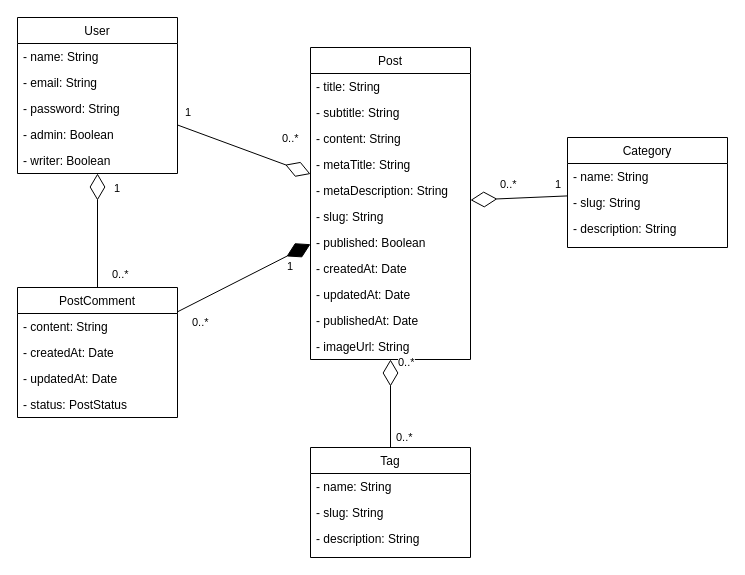
Above: class-diagram.drawio in gabrielluciano/personal-blog (draw.io), before the change. Source tidied: cells renumbered, new cells numbered last; positions are measured from the earlier drawing's top-left corner, leaving out a move shared by most shapes. Both pictures are drawn from the tidied source at 100%, with x=0, y=0 at pixel (17, 17).
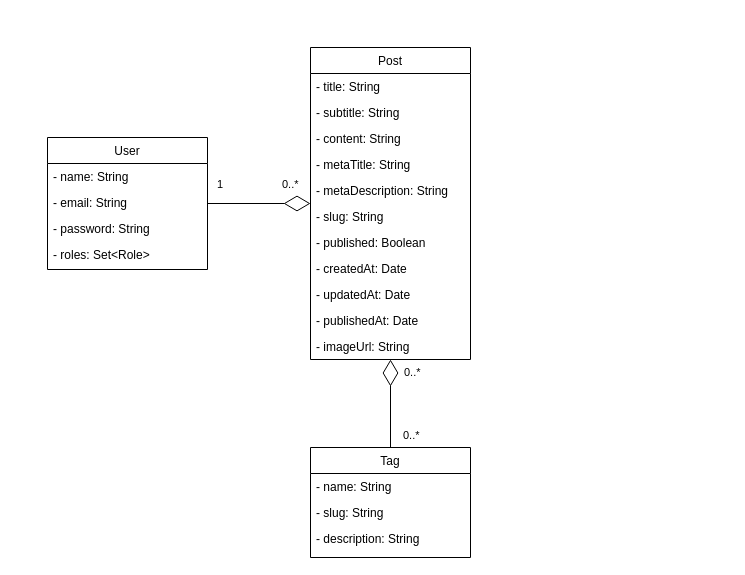
The same diagram, later.

Unchanged cells that the change refers to:
```xml
<mxCell id="2" value="Post" style="swimlane;fontStyle=0;align=center;verticalAlign=top;horizontal=1;startSize=26;rounded=0;shadow=0;strokeWidth=1;" parent="1" vertex="1">
  <mxGeometry x="293" y="30" width="160" height="312" as="geometry" />
</mxCell>
```

The edit, as a diff of the source:
```diff
@@
-    <mxCell id="14" value="PostComment" style="swimlane;fontStyle=0;align=center;verticalAlign=top;horizontal=1;startSize=26;rounded=0;shadow=0;strokeWidth=1;" parent="1" vertex="1">
-      <mxGeometry y="270" width="160" height="130" as="geometry" />
-    </mxCell>
-    <mxCell id="15" value="- content: String" style="text;align=left;verticalAlign=top;spacingLeft=4;spacingRight=4;overflow=hidden;" parent="14" vertex="1">
-      <mxGeometry y="26" width="160" height="26" as="geometry" />
-    </mxCell>
-    <mxCell id="16" value="- createdAt: Date" style="text;align=left;verticalAlign=top;spacingLeft=4;spacingRight=4;overflow=hidden;" parent="14" vertex="1">
-      <mxGeometry y="52" width="160" height="26" as="geometry" />
-    </mxCell>
-    <mxCell id="17" value="- updatedAt: Date" style="text;align=left;verticalAlign=top;spacingLeft=4;spacingRight=4;overflow=hidden;" parent="14" vertex="1">
-      <mxGeometry y="78" width="160" height="26" as="geometry" />
-    </mxCell>
-    <mxCell id="18" value="- status: PostStatus" style="text;align=left;verticalAlign=top;spacingLeft=4;spacingRight=4;overflow=hidden;" parent="14" vertex="1">
-      <mxGeometry y="104" width="160" height="26" as="geometry" />
-    </mxCell>
     <mxCell id="19" value="User" style="swimlane;fontStyle=0;align=center;verticalAlign=top;horizontal=1;startSize=26;rounded=0;shadow=0;strokeWidth=1;" parent="1" vertex="1">
-      <mxGeometry width="160" height="156" as="geometry" />
+      <mxGeometry x="30" y="120" width="160" height="132" as="geometry" />
     </mxCell>
@@
-    <mxCell id="23" value="- admin: Boolean" style="text;align=left;verticalAlign=top;spacingLeft=4;spacingRight=4;overflow=hidden;" parent="19" vertex="1">
-      <mxGeometry y="104" width="160" height="26" as="geometry" />
-    </mxCell>
-    <mxCell id="24" value="- writer: Boolean" style="text;align=left;verticalAlign=top;spacingLeft=4;spacingRight=4;overflow=hidden;" parent="19" vertex="1">
-      <mxGeometry y="130" width="160" height="26" as="geometry" />
-    </mxCell>
-    <mxCell id="25" value="Category" style="swimlane;fontStyle=0;align=center;verticalAlign=top;horizontal=1;startSize=26;rounded=0;shadow=0;strokeWidth=1;" parent="1" vertex="1">
-      <mxGeometry x="550" y="120" width="160" height="110" as="geometry" />
-    </mxCell>
-    <mxCell id="26" value="- name: String" style="text;align=left;verticalAlign=top;spacingLeft=4;spacingRight=4;overflow=hidden;" parent="25" vertex="1">
-      <mxGeometry y="26" width="160" height="26" as="geometry" />
-    </mxCell>
-    <mxCell id="27" value="- slug: String" style="text;align=left;verticalAlign=top;spacingLeft=4;spacingRight=4;overflow=hidden;" parent="25" vertex="1">
-      <mxGeometry y="52" width="160" height="26" as="geometry" />
-    </mxCell>
-    <mxCell id="28" value="- description: String" style="text;align=left;verticalAlign=top;spacingLeft=4;spacingRight=4;overflow=hidden;" parent="25" vertex="1">
-      <mxGeometry y="78" width="160" height="26" as="geometry" />
-    </mxCell>
+    <mxCell id="48" value="- roles: Set&lt;Role&gt;" style="text;align=left;verticalAlign=top;spacingLeft=4;spacingRight=4;overflow=hidden;" parent="19" vertex="1">
+      <mxGeometry y="104" width="160" height="26" as="geometry" />
+    </mxCell>
@@
-    <mxCell id="34" style="endArrow=diamondThin;endFill=1;endSize=24;html=1;rounded=0;strokeWidth=1;" parent="1" edge="1" source="14" target="2">
-      <mxGeometry relative="1" as="geometry" />
-    </mxCell>
-    <mxCell id="35" style="endArrow=diamondThin;endFill=0;endSize=24;html=1;rounded=0;strokeWidth=1;" parent="1" edge="1" source="25" target="2">
-      <mxGeometry relative="1" as="geometry" />
-    </mxCell>
@@
-    <mxCell id="37" style="endArrow=diamondThin;endFill=0;endSize=24;html=1;rounded=0;strokeWidth=1;" parent="1" edge="1" source="14" target="19">
-      <mxGeometry relative="1" as="geometry" />
-    </mxCell>
-    <mxCell id="38" value="0..*" style="edgeLabel;html=1;align=left;verticalAlign=bottom;" parent="1" vertex="1">
-      <mxGeometry x="481" y="175" as="geometry" />
-    </mxCell>
-    <mxCell id="39" value="1" style="edgeLabel;html=1;align=left;verticalAlign=bottom;" parent="1" vertex="1">
-      <mxGeometry x="536" y="175" as="geometry" />
-    </mxCell>
     <mxCell id="40" value="0..*" style="edgeLabel;html=1;align=left;verticalAlign=bottom;" parent="1" vertex="1">
-      <mxGeometry x="377" y="428" as="geometry" />
+      <mxGeometry x="384" y="426" as="geometry" />
     </mxCell>
     <mxCell id="41" value="0..*" style="edgeLabel;html=1;align=left;verticalAlign=bottom;rotation=0;" parent="1" vertex="1">
-      <mxGeometry x="379" y="353" as="geometry" />
+      <mxGeometry x="385" y="363" as="geometry" />
     </mxCell>
-    <mxCell id="42" value="1" style="edgeLabel;html=1;align=left;verticalAlign=bottom;rotation=0;" parent="1" vertex="1">
-      <mxGeometry x="279" y="256" as="geometry">
-        <mxPoint x="-11" y="1" as="offset" />
-      </mxGeometry>
-    </mxCell>
-    <mxCell id="43" value="0..*" style="edgeLabel;html=1;align=left;verticalAlign=bottom;rotation=0;" parent="1" vertex="1">
-      <mxGeometry x="260" y="288" as="geometry">
-        <mxPoint x="-87" y="25" as="offset" />
-      </mxGeometry>
-    </mxCell>
-    <mxCell id="44" value="0..*" style="edgeLabel;html=1;align=left;verticalAlign=bottom;rotation=0;" parent="1" vertex="1">
-      <mxGeometry x="180" y="240" as="geometry">
-        <mxPoint x="-87" y="25" as="offset" />
-      </mxGeometry>
-    </mxCell>
-    <mxCell id="45" value="1" style="edgeLabel;html=1;align=left;verticalAlign=bottom;rotation=0;" parent="1" vertex="1">
-      <mxGeometry x="289" y="266" as="geometry">
-        <mxPoint x="-194" y="-87" as="offset" />
-      </mxGeometry>
-    </mxCell>
     <mxCell id="46" value="0..*" style="edgeLabel;html=1;align=left;verticalAlign=bottom;rotation=0;" parent="1" vertex="1">
-      <mxGeometry x="350" y="104" as="geometry">
+      <mxGeometry x="350" y="150" as="geometry">
         <mxPoint x="-87" y="25" as="offset" />
       </mxGeometry>
     </mxCell>
     <mxCell id="47" value="1" style="edgeLabel;html=1;align=left;verticalAlign=bottom;rotation=0;" parent="1" vertex="1">
-      <mxGeometry x="360" y="190" as="geometry">
+      <mxGeometry x="392" y="262" as="geometry">
         <mxPoint x="-194" y="-87" as="offset" />
       </mxGeometry>
     </mxCell>
```
